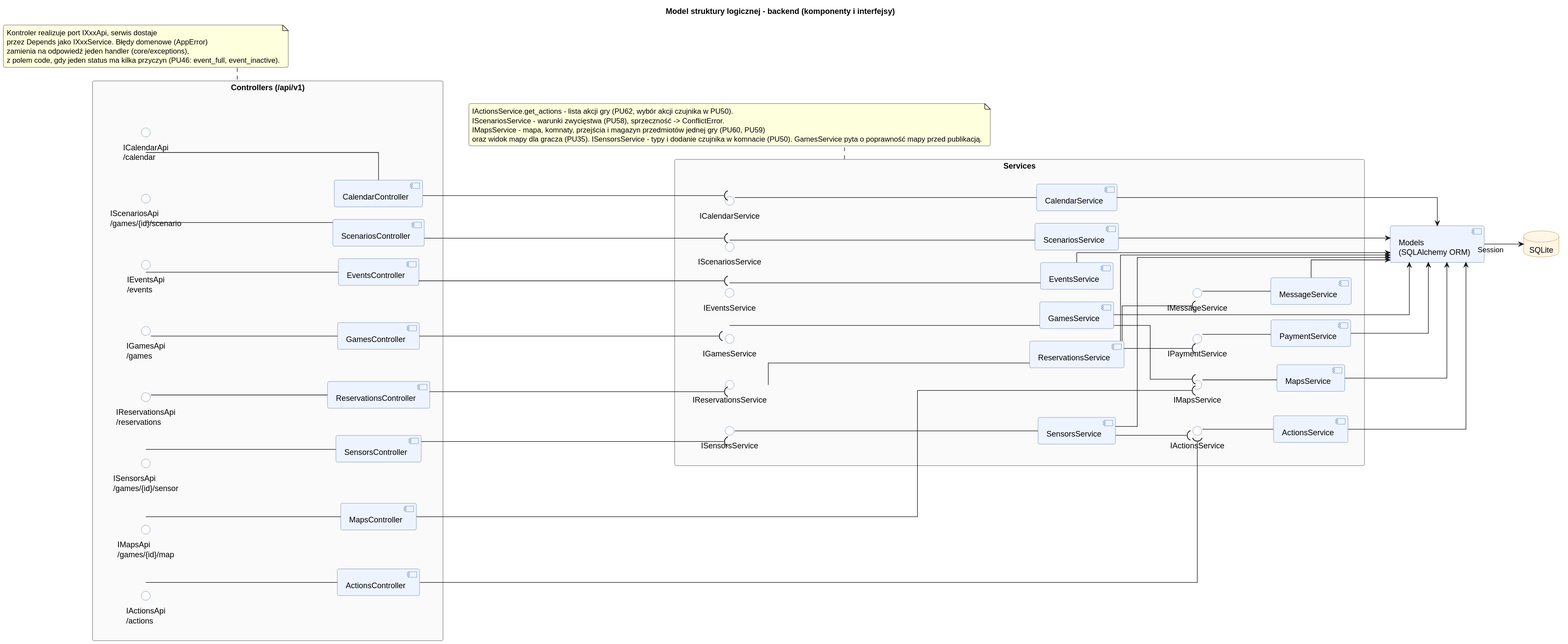
Igor-Ochocki/POP-2026Z keeps this PlantUML diagram as diagrams/rendered/logic_structure_backend.svg. Above is the earlier version.
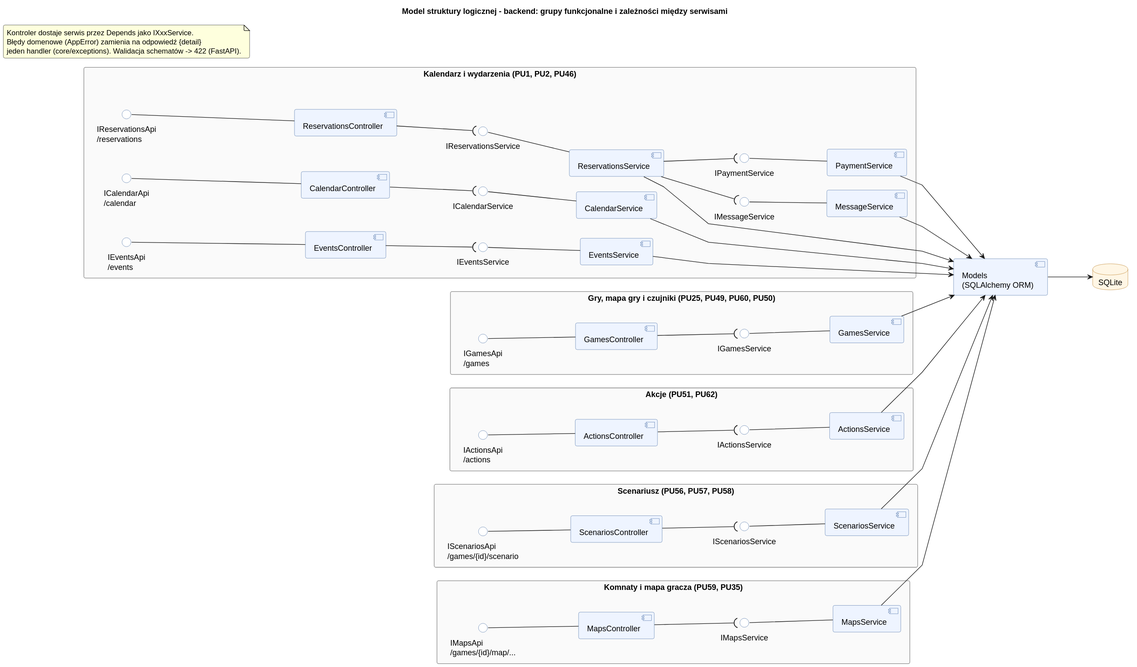
Above is the later version.

Diff of the diagram source:
```diff
@@ -4,9 +4,9 @@
 skinparam packageStyle rectangle
 skinparam shadowing false
 skinparam roundcorner 6
-skinparam linetype ortho
-skinparam nodesep 22
-skinparam ranksep 70
+skinparam linetype polyline
+skinparam nodesep 18
+skinparam ranksep 80
 skinparam package {
     BackgroundColor #FAFAFA
     BorderColor #888888
@@ -24,113 +24,98 @@
     BorderColor #B7791F
 }
 
-title Model struktury logicznej - backend (komponenty i interfejsy)
+title Model struktury logicznej - backend: grupy funkcjonalne i zależności między serwisami
 
-package "Controllers (/api/v1)" as C {
+package "Kalendarz i wydarzenia (PU1, PU2, PU46)" as G_Cal {
     () "ICalendarApi\n/calendar" as R_Calendar
-    () "IGamesApi\n/games" as R_Games
-    () "IScenariosApi\n/games/{id}/scenario" as R_Scenarios
-    () "IActionsApi\n/actions" as R_Actions
     () "IReservationsApi\n/reservations" as R_Reservations
-    () "IMapsApi\n/games/{id}/map" as R_Maps
     () "IEventsApi\n/events" as R_Events
-    () "ISensorsApi\n/games/{id}/sensor" as R_Sensors
-
     component [CalendarController] as C_Calendar
-    component [GamesController] as C_Games
-    component [ScenariosController] as C_Scenarios
-    component [ActionsController] as C_Actions
     component [ReservationsController] as C_Reservations
-    component [MapsController] as C_Maps
     component [EventsController] as C_Events
-    component [SensorsController] as C_Sensors
-
+    () "ICalendarService" as IS_Calendar
+    () "IReservationsService" as IS_Reservations
+    () "IEventsService" as IS_Events
+    () "IPaymentService" as IS_Payment
+    () "IMessageService" as IS_Message
+    component [CalendarService] as S_Calendar
+    component [ReservationsService] as S_Reservations
+    component [EventsService] as S_Events
+    component [PaymentService] as S_Payment
+    component [MessageService] as S_Message
     R_Calendar -- C_Calendar
-    R_Games -- C_Games
-    R_Scenarios -- C_Scenarios
-    R_Actions -- C_Actions
     R_Reservations -- C_Reservations
-    R_Maps -- C_Maps
     R_Events -- C_Events
-    R_Sensors -- C_Sensors
+    C_Calendar --( IS_Calendar
+    C_Reservations --( IS_Reservations
+    C_Events --( IS_Events
+    IS_Calendar -- S_Calendar
+    IS_Reservations -- S_Reservations
+    IS_Events -- S_Events
+    IS_Payment -- S_Payment
+    IS_Message -- S_Message
 }
 
-package "Services" as S {
-    () "ICalendarService" as IS_Calendar
+package "Gry, mapa gry i czujniki (PU25, PU49, PU60, PU50)" as G_Games {
+    () "IGamesApi\n/games" as R_Games
+    component [GamesController] as C_Games
     () "IGamesService" as IS_Games
+    component [GamesService] as S_Games
+    R_Games -- C_Games
+    C_Games --( IS_Games
+    IS_Games -- S_Games
+}
+
+package "Akcje (PU51, PU62)" as G_Actions {
+    () "IActionsApi\n/actions" as R_Actions
+    component [ActionsController] as C_Actions
+    () "IActionsService" as IS_Actions
+    component [ActionsService] as S_Actions
+    R_Actions -- C_Actions
+    C_Actions --( IS_Actions
+    IS_Actions -- S_Actions
+}
+
+package "Scenariusz (PU56, PU57, PU58)" as G_Scenario {
+    () "IScenariosApi\n/games/{id}/scenario" as R_Scenarios
+    component [ScenariosController] as C_Scenarios
     () "IScenariosService" as IS_Scenarios
-    () "IActionsService" as IS_Actions
-    () "IReservationsService" as IS_Reservations
+    component [ScenariosService] as S_Scenarios
+    R_Scenarios -- C_Scenarios
+    C_Scenarios --( IS_Scenarios
+    IS_Scenarios -- S_Scenarios
+}
+
+package "Komnaty i mapa gracza (PU59, PU35)" as G_Map {
+    () "IMapsApi\n/games/{id}/map/..." as R_Maps
+    component [MapsController] as C_Maps
     () "IMapsService" as IS_Maps
-    () "IEventsService" as IS_Events
-    () "ISensorsService" as IS_Sensors
-
-    component [CalendarService] as S_Calendar
-    component [GamesService] as S_Games
-    component [ScenariosService] as S_Scenarios
-    component [ActionsService] as S_Actions
-    component [ReservationsService] as S_Reservations
     component [MapsService] as S_Maps
-    component [EventsService] as S_Events
-    component [SensorsService] as S_Sensors
-
-    () "IPaymentService" as IS_Payment
-    () "IMessageService" as IS_Message
-    component [PaymentService] as S_Payment
-    component [MessageService] as S_Message
-
-    IS_Calendar -- S_Calendar
-    IS_Games -- S_Games
-    IS_Scenarios -- S_Scenarios
-    IS_Actions -- S_Actions
-    IS_Reservations -- S_Reservations
-    IS_Payment -- S_Payment
-    IS_Message -- S_Message
+    R_Maps -- C_Maps
+    C_Maps --( IS_Maps
     IS_Maps -- S_Maps
-    IS_Events -- S_Events
-    IS_Sensors -- S_Sensors
-
-    S_Reservations --( IS_Payment
-    S_Reservations --( IS_Message
-    S_Games --( IS_Maps
-    S_Sensors --( IS_Actions
 }
 
 component "Models\n(SQLAlchemy ORM)" as M
 database "SQLite" as DB
 
-C_Calendar --( IS_Calendar
-C_Games --( IS_Games
-C_Scenarios --( IS_Scenarios
-C_Actions --( IS_Actions
-C_Reservations --( IS_Reservations
-C_Maps --( IS_Maps
-C_Events --( IS_Events
-C_Sensors --( IS_Sensors
+S_Reservations --( IS_Payment
+S_Reservations --( IS_Message
 
 S_Calendar --> M
-S_Games --> M
-S_Scenarios --> M
-S_Actions --> M
 S_Reservations --> M
+S_Events --> M
 S_Payment --> M
 S_Message --> M
+S_Games --> M
+S_Actions --> M
+S_Scenarios --> M
 S_Maps --> M
-S_Events --> M
-S_Sensors --> M
-M --> DB : Session
+M --> DB
 
-note bottom of C
-    Kontroler realizuje port IXxxApi, serwis dostaje
-    przez Depends jako IXxxService. Błędy domenowe (AppError)
-    zamienia na odpowiedź jeden handler (core/exceptions),
-    z polem code, gdy jeden status ma kilka przyczyn (PU46: event_full, event_inactive).
-end note
-
-note bottom of S
-    IActionsService.get_actions - lista akcji gry (PU62, wybór akcji czujnika w PU50).
-    IScenariosService - warunki zwycięstwa (PU58), sprzeczność -> ConflictError.
-    IMapsService - mapa, komnaty, przejścia i magazyn przedmiotów jednej gry (PU60, PU59)
-    oraz widok mapy dla gracza (PU35). ISensorsService - typy i dodanie czujnika w komnacie (PU50). GamesService pyta o poprawność mapy przed publikacją.
+note as N1
+    Kontroler dostaje serwis przez Depends jako IXxxService.
+    Błędy domenowe (AppError) zamienia na odpowiedź {detail}
+    jeden handler (core/exceptions). Walidacja schematów -> 422 (FastAPI).
 end note
 @enduml
```
